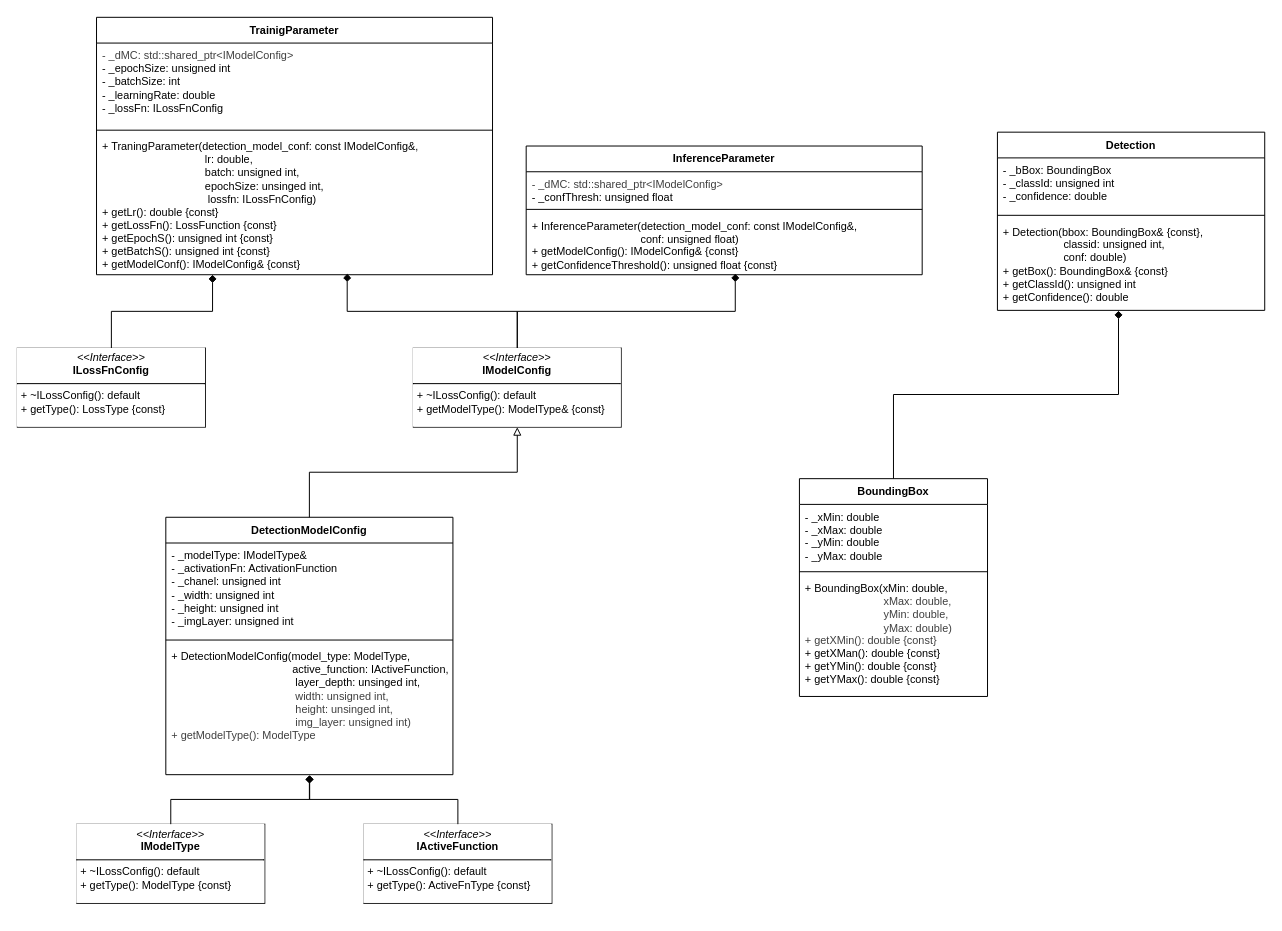
Above: page "Objectdetection-Entities" (3 of 3) of docs/specs/easy-ai-tools.drawio in di-go11/dl-node-editor (draw.io), before the change. Source tidied: cells renumbered, new cells numbered last; positions are measured from the earlier drawing's top-left corner, leaving out a move shared by most shapes. Both pictures are drawn from the tidied source at 99%, with x=0, y=0 at pixel (17, 17).
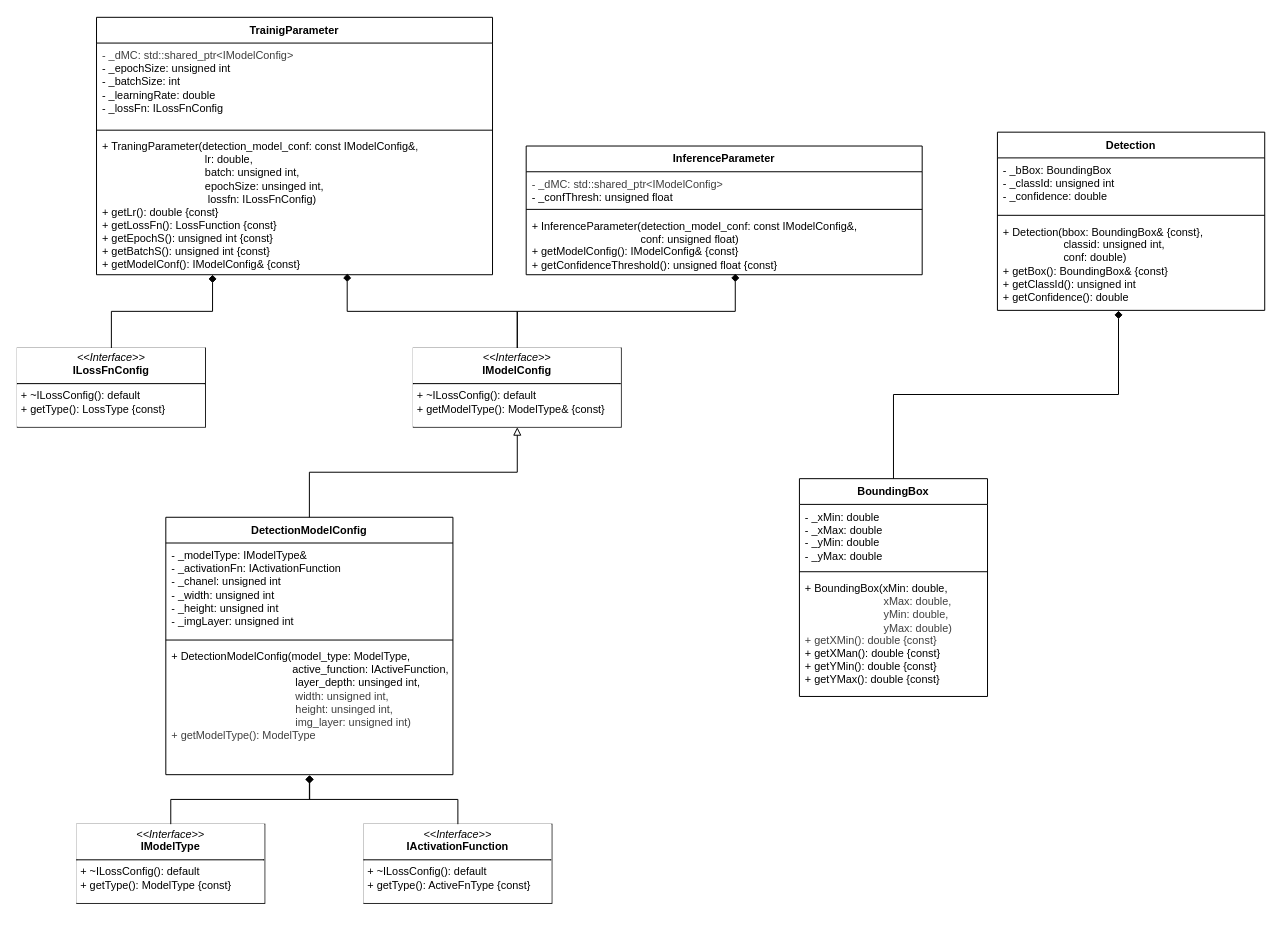
The same diagram, later.

The change refers to these unchanged cells:
```xml
<mxCell id="21" style="group;" parent="1" vertex="1">
  <mxGeometry x="150" y="505" width="390" height="400" as="geometry" />
</mxCell>
<mxCell id="22" value="DetectionModelConfig" style="swimlane;fontStyle=1;align=center;verticalAlign=top;horizontal=1;startSize=26;whiteSpace=wrap;html=1;fontFamily=Helvetica;fontSize=11;fontColor=default;labelBackgroundColor=default;" parent="21" vertex="1">
  <mxGeometry width="290" height="260" as="geometry" />
</mxCell>
```

What changed in the source:
```diff
@@
-    <mxCell id="23" value="- _modelType: IModelType&amp;amp;&lt;div&gt;- _activationFn: ActivationFunction&lt;/div&gt;&lt;div&gt;- _chanel: unsigned int&lt;/div&gt;&lt;div&gt;- _width: unsigned int&lt;/div&gt;&lt;div&gt;- _height: unsigned int&lt;/div&gt;&lt;div&gt;- _imgLayer: unsigned int&lt;/div&gt;" style="text;strokeColor=none;fillColor=none;align=left;verticalAlign=top;spacingLeft=4;spacingRight=4;overflow=hidden;whiteSpace=wrap;html=1;fontFamily=Helvetica;fontSize=11;fontColor=default;labelBackgroundColor=default;" parent="22" vertex="1">
+    <mxCell id="23" value="- _modelType: IModelType&amp;amp;&lt;div&gt;- _activationFn: IActivationFunction&lt;/div&gt;&lt;div&gt;- _chanel: unsigned int&lt;/div&gt;&lt;div&gt;- _width: unsigned int&lt;/div&gt;&lt;div&gt;- _height: unsigned int&lt;/div&gt;&lt;div&gt;- _imgLayer: unsigned int&lt;/div&gt;" style="text;strokeColor=none;fillColor=none;align=left;verticalAlign=top;spacingLeft=4;spacingRight=4;overflow=hidden;whiteSpace=wrap;html=1;fontFamily=Helvetica;fontSize=11;fontColor=default;labelBackgroundColor=default;" parent="22" vertex="1">
       <mxGeometry y="26" width="290" height="94" as="geometry" />
     </mxCell>
@@
-    <mxCell id="27" value="&lt;p style=&quot;margin:0px;margin-top:4px;text-align:center;&quot;&gt;&lt;i&gt;&amp;lt;&amp;lt;Interface&amp;gt;&amp;gt;&lt;/i&gt;&lt;br&gt;&lt;b&gt;IActiveFunction&lt;/b&gt;&lt;/p&gt;&lt;hr size=&quot;1&quot; style=&quot;border-style:solid;&quot;&gt;&lt;p style=&quot;margin:0px;margin-left:4px;&quot;&gt;&lt;/p&gt;&lt;p style=&quot;margin:0px;margin-left:4px;&quot;&gt;+ ~ILossConfig(): default&lt;/p&gt;&lt;p style=&quot;margin:0px;margin-left:4px;&quot;&gt;+ getType(): ActiveFnType {const}&lt;/p&gt;" style="verticalAlign=top;align=left;overflow=fill;html=1;whiteSpace=wrap;fontFamily=Helvetica;fontSize=11;fontColor=default;labelBackgroundColor=default;strokeColor=#101010;" parent="21" vertex="1">
+    <mxCell id="27" value="&lt;p style=&quot;margin:0px;margin-top:4px;text-align:center;&quot;&gt;&lt;i&gt;&amp;lt;&amp;lt;Interface&amp;gt;&amp;gt;&lt;/i&gt;&lt;br&gt;&lt;b&gt;IActivationFunction&lt;/b&gt;&lt;/p&gt;&lt;hr size=&quot;1&quot; style=&quot;border-style:solid;&quot;&gt;&lt;p style=&quot;margin:0px;margin-left:4px;&quot;&gt;&lt;/p&gt;&lt;p style=&quot;margin:0px;margin-left:4px;&quot;&gt;+ ~ILossConfig(): default&lt;/p&gt;&lt;p style=&quot;margin:0px;margin-left:4px;&quot;&gt;+ getType(): ActiveFnType {const}&lt;/p&gt;" style="verticalAlign=top;align=left;overflow=fill;html=1;whiteSpace=wrap;fontFamily=Helvetica;fontSize=11;fontColor=default;labelBackgroundColor=default;strokeColor=#101010;" parent="21" vertex="1">
       <mxGeometry x="200" y="310" width="190" height="80" as="geometry" />
     </mxCell>
```
